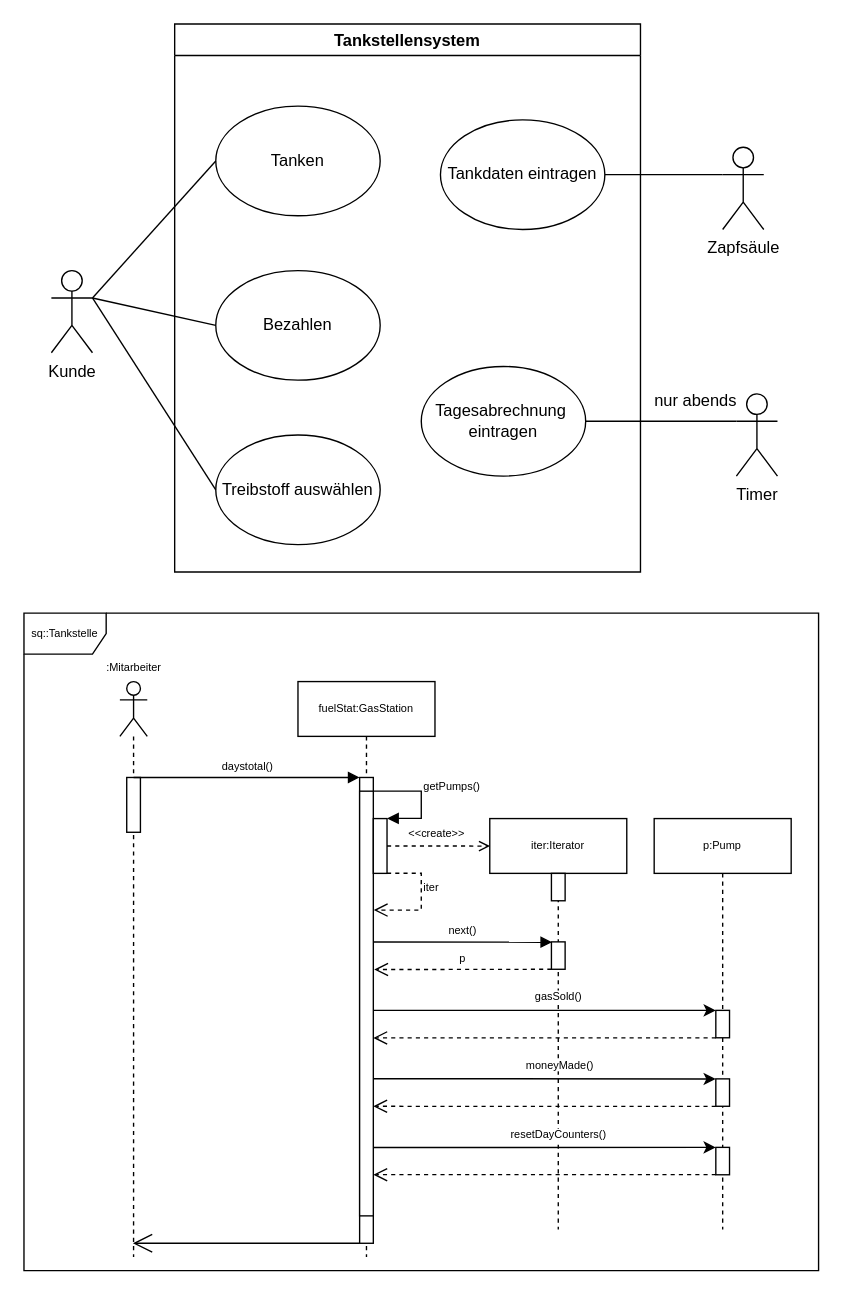
This is Tankstelle-UML/Tankstelle-UML.drawio from trauty/bg-inf-solutions, a draw.io file, before an edit. Source tidied: cells renumbered, new cells numbered last; positions are measured from the earlier drawing's top-left corner, leaving out a move shared by most shapes. Both pictures are drawn from the tidied source at 137%, with x=0, y=0 at pixel (23, 23).
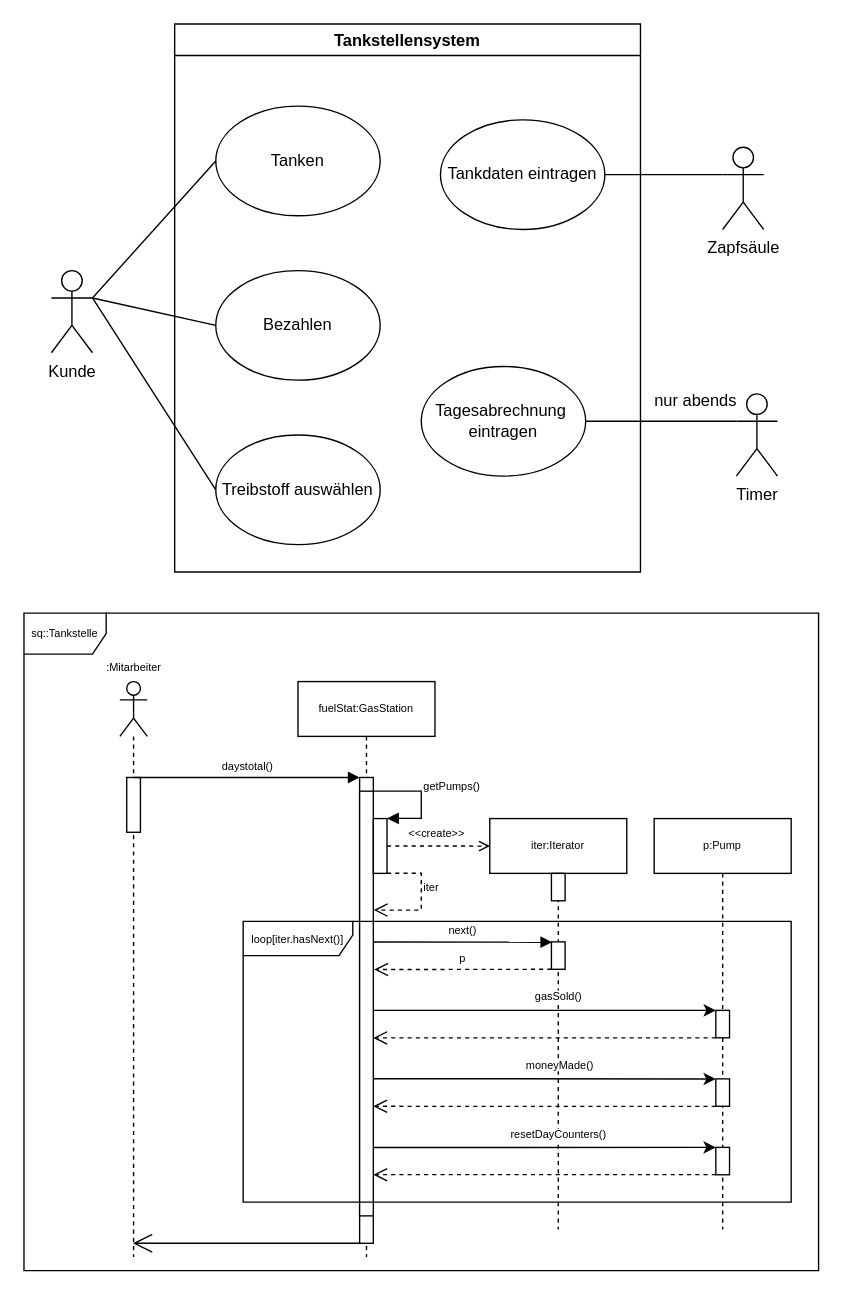
The same page after the edit.

Change to the diagram source:
```diff
@@
+    <mxCell id="49" value="loop[iter.hasNext()]" style="shape=umlFrame;whiteSpace=wrap;html=1;fontSize=8;width=80;height=25;" parent="1" vertex="1">
+      <mxGeometry x="160" y="655" width="400" height="205" as="geometry" />
+    </mxCell>
```
